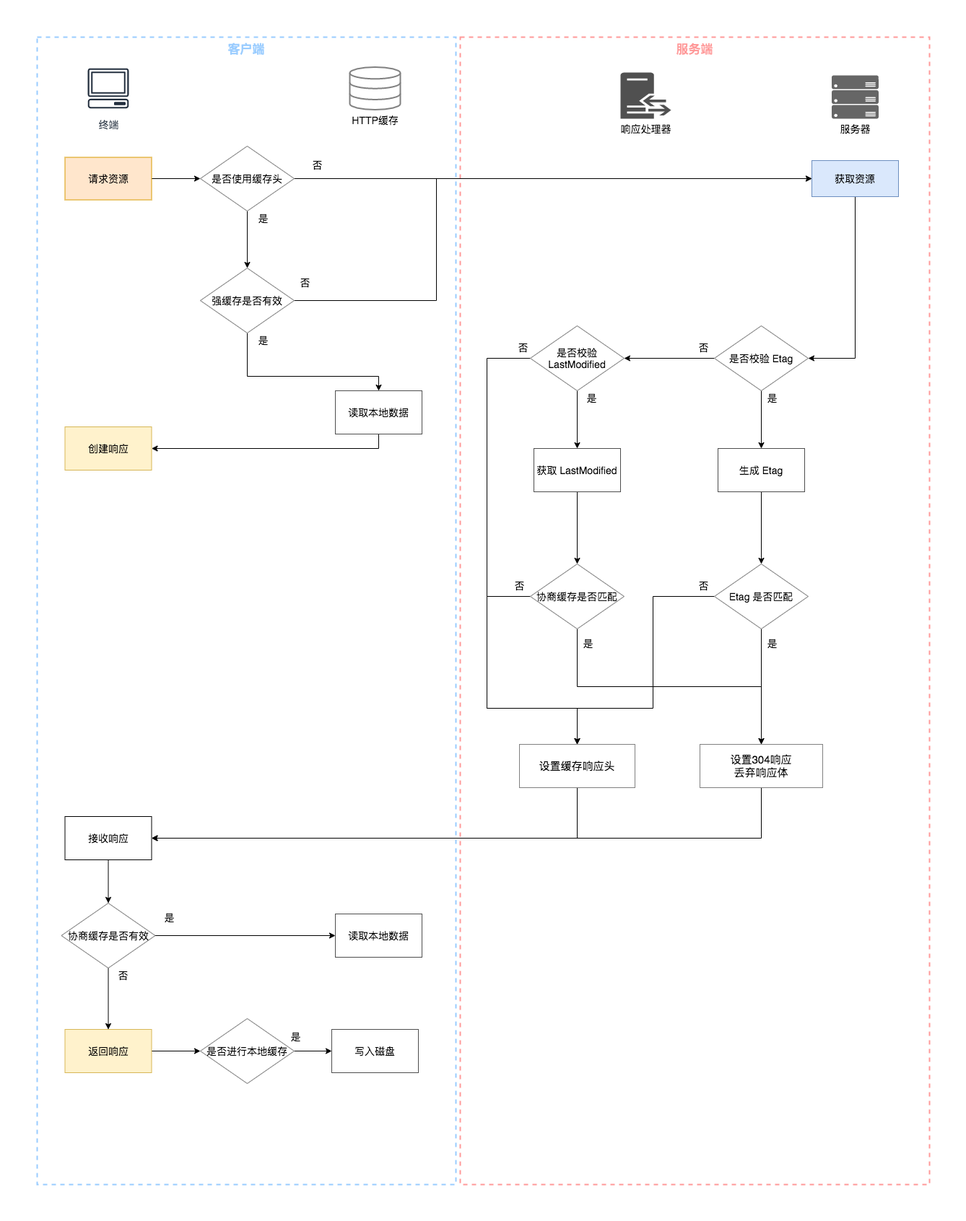
This is img/http/HTTP_Caching.png from moyada/moyada.github.io, a draw.io export, as it was before one commit. Source tidied: cells renumbered, new cells last; positions are measured from the earlier drawing's top-left corner, leaving out a move shared by most shapes.
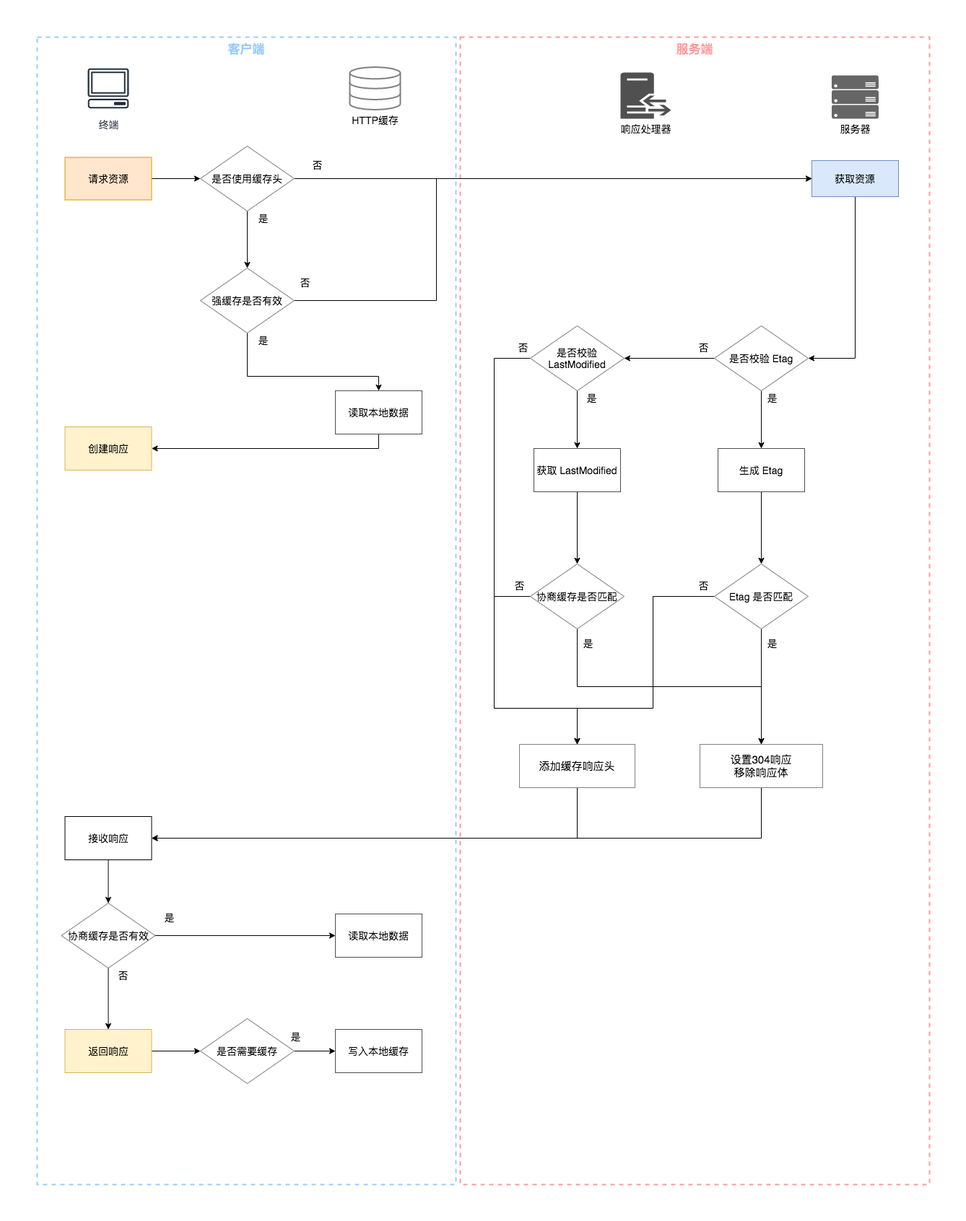
The same diagram one commit later.

Change to the diagram source:
```diff
@@ -5,7 +5,7 @@
     <mxCell id="2" value="服务端" style="fillColor=none;dashed=1;verticalAlign=top;fontStyle=1;fontSize=17;fontColor=#FF9999;strokeColor=#FF9999;strokeWidth=2;" parent="1" vertex="1">
       <mxGeometry x="586" width="650" height="1590" as="geometry" />
     </mxCell>
-    <mxCell id="3" value="客户端" style="fillColor=none;dashed=1;verticalAlign=top;fontStyle=1;fontSize=17;fontColor=#99CCFF;strokeColor=#99CCFF;strokeWidth=2;" parent="1" vertex="1">
+    <mxCell id="3" value="客户端" style="dashed=1;verticalAlign=top;fontStyle=1;fontSize=17;fontColor=#99CCFF;strokeColor=#99CCFF;strokeWidth=2;fillColor=none;" parent="1" vertex="1">
       <mxGeometry width="580" height="1590" as="geometry" />
     </mxCell>
     <mxCell id="4" value="HTTP缓存" style="html=1;verticalLabelPosition=bottom;align=center;labelBackgroundColor=#ffffff;verticalAlign=top;strokeWidth=2;shadow=0;dashed=0;shape=mxgraph.ios7.icons.data;fontSize=14;fillColor=none;strokeColor=#808080;" parent="1" vertex="1">
@@ -55,13 +55,13 @@
         </Array>
       </mxGeometry>
     </mxCell>
-    <mxCell id="17" value="设置缓存响应头" style="rounded=0;whiteSpace=wrap;html=1;strokeColor=#808080;fontSize=15;fillColor=#FFFFFF;" parent="1" vertex="1">
+    <mxCell id="17" value="添加缓存响应头" style="rounded=0;whiteSpace=wrap;html=1;strokeColor=#808080;fontSize=15;fillColor=#FFFFFF;" parent="1" vertex="1">
       <mxGeometry x="668" y="980" width="160" height="60" as="geometry" />
     </mxCell>
     <mxCell id="18" style="edgeStyle=orthogonalEdgeStyle;rounded=0;jettySize=auto;html=1;fontSize=14;" parent="1" edge="1" source="19" target="23">
       <mxGeometry relative="1" as="geometry" />
     </mxCell>
-    <mxCell id="19" value="是否进行本地缓存" style="rhombus;whiteSpace=wrap;html=1;strokeColor=#808080;fillColor=#FFFFFF;fontSize=14;" parent="1" vertex="1">
+    <mxCell id="19" value="是否需要缓存" style="rhombus;whiteSpace=wrap;html=1;strokeColor=#808080;fillColor=#FFFFFF;fontSize=14;" parent="1" vertex="1">
       <mxGeometry x="226" y="1360" width="130" height="90" as="geometry" />
     </mxCell>
     <mxCell id="20" style="edgeStyle=orthogonalEdgeStyle;rounded=0;jettySize=auto;html=1;fontSize=14;exitX=0.5;exitY=1;exitDx=0;exitDy=0;" parent="1" edge="1" source="39" target="66">
@@ -73,8 +73,8 @@
     <mxCell id="22" value="接收响应" style="rounded=0;whiteSpace=wrap;html=1;fontSize=14;" parent="1" vertex="1">
       <mxGeometry x="38.5" y="1080" width="120" height="60" as="geometry" />
     </mxCell>
-    <mxCell id="23" value="写入磁盘" style="rounded=0;whiteSpace=wrap;html=1;strokeColor=#4D4D4D;fontSize=14;fillColor=#FFFFFF;" parent="1" vertex="1">
-      <mxGeometry x="408" y="1375" width="120" height="60" as="geometry" />
+    <mxCell id="23" value="写入本地缓存" style="rounded=0;whiteSpace=wrap;html=1;strokeColor=#4D4D4D;fontSize=14;fillColor=#FFFFFF;" parent="1" vertex="1">
+      <mxGeometry x="413" y="1375" width="120" height="60" as="geometry" />
     </mxCell>
     <mxCell id="24" value="是" style="text;html=1;align=center;verticalAlign=middle;fontSize=14;" parent="1" vertex="1">
       <mxGeometry x="343" y="1375" width="30" height="20" as="geometry" />
@@ -160,7 +160,7 @@
         </Array>
       </mxGeometry>
     </mxCell>
-    <mxCell id="44" value="设置304响应&lt;br style=&quot;font-size: 15px&quot;&gt;丢弃响应体" style="rounded=0;whiteSpace=wrap;html=1;strokeColor=#808080;fontSize=15;fillColor=#FFFFFF;" parent="1" vertex="1">
+    <mxCell id="44" value="设置304响应&lt;br style=&quot;font-size: 15px&quot;&gt;移除响应体" style="rounded=0;whiteSpace=wrap;html=1;strokeColor=#808080;fontSize=15;fillColor=#FFFFFF;" parent="1" vertex="1">
       <mxGeometry x="918" y="980" width="170" height="60" as="geometry" />
     </mxCell>
     <mxCell id="45" value="是" style="text;html=1;align=center;verticalAlign=middle;fontSize=14;" parent="1" vertex="1">
@@ -181,8 +181,8 @@
     <mxCell id="50" style="edgeStyle=orthogonalEdgeStyle;rounded=0;jettySize=auto;html=1;fontSize=14;" parent="1" edge="1" source="52" target="17">
       <mxGeometry relative="1" as="geometry">
         <Array as="points">
-          <mxPoint x="623" y="775" />
-          <mxPoint x="623" y="930" />
+          <mxPoint x="633" y="775" />
+          <mxPoint x="633" y="930" />
           <mxPoint x="748" y="930" />
         </Array>
       </mxGeometry>
@@ -210,8 +210,8 @@
     <mxCell id="56" style="edgeStyle=orthogonalEdgeStyle;rounded=0;jettySize=auto;html=1;entryX=0.5;entryY=0;entryDx=0;entryDy=0;fontSize=14;exitX=0;exitY=0.5;exitDx=0;exitDy=0;" parent="1" edge="1" source="57" target="17">
       <mxGeometry relative="1" as="geometry">
         <Array as="points">
-          <mxPoint x="623" y="445" />
-          <mxPoint x="623" y="930" />
+          <mxPoint x="633" y="445" />
+          <mxPoint x="633" y="930" />
           <mxPoint x="748" y="930" />
         </Array>
       </mxGeometry>
```
